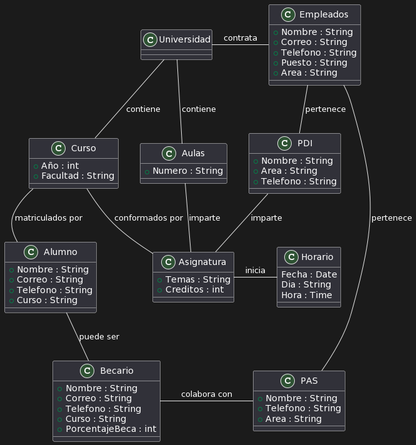
Before: entregas/RecinosJose/ModeloDelDominioJoseRecinos.png, a diagram exported from PlantUML (mmasias/23-24-idsw1). Source of this version:
```plantuml
@startuml
class Universidad{}

class PDI{
+ Nombre : String
+ Area : String
+ Telefono : String

}
class PAS{
+Nombre : String
+Telefono : String
+Area : String
}
class Curso{
+Año : int
+Facultad : String
}
class Asignatura{
+Temas : String
+Creditos : int
}
class Alumno{
+Nombre : String
+Correo : String
+Telefono : String
+Curso : String
}
class Aulas{
+Numero : String
}
class Empleados{
+Nombre : String
+Correo : String
+Telefono : String
+Puesto : String
+Area : String
}
class Becario{
+Nombre : String
+Correo : String
+Telefono : String
+Curso : String
+PorcentajeBeca : int
}
class Horario{
Fecha : Date
Dia : String
Hora : Time
}

Universidad-Empleados : contrata
Empleados--PAS : pertenece
Empleados--PDI : pertenece
Universidad--Curso : contiene
Universidad--Aulas : contiene
Aulas--Asignatura : imparte
PDI--Asignatura : imparte
Curso--Asignatura : conformados por
Asignatura-Horario:inicia
Curso-- Alumno : matriculados por
Alumno -- Becario : puede ser
Becario - PAS: colabora con
@enduml
```
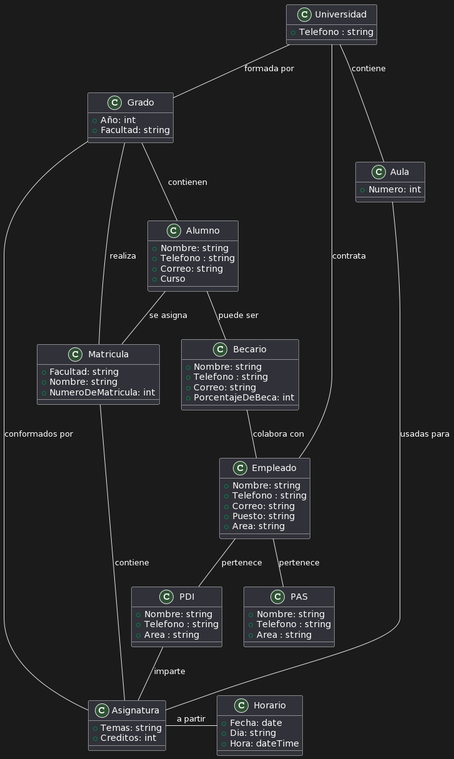
Above is the later version.

Commit message:
[fix]modelo del dominio

What changed in the source:
```diff
@@ -1,64 +1,71 @@
 @startuml
-class Universidad{}
-
+class Universidad{
++ Telefono : string
+}
 class PDI{
-+ Nombre : String
-+ Area : String
-+ Telefono : String
-
++ Nombre: string
++ Telefono : string
++ Area : string
 }
 class PAS{
-+Nombre : String
-+Telefono : String
-+Area : String
++ Nombre: string
++ Telefono : string
++ Area : string
 }
-class Curso{
-+Año : int
-+Facultad : String
+class Grado{
++ Año: int
++ Facultad: string
+}
+class Matricula{
++ Facultad: string
++ Nombre: string
++ NumeroDeMatricula: int
+}
+class Alumno{
++ Nombre: string
++ Telefono : string
++ Correo: string
++ Curso
+}
+class Empleado{
++ Nombre: string
++ Telefono : string
++ Correo: string
++ Puesto: string
++ Area: string
+}
+class Becario{
++ Nombre: string
++ Telefono : string
++ Correo: string
++ PorcentajeDeBeca: int
+}
+class Aula{
++ Numero: int
 }
 class Asignatura{
-+Temas : String
-+Creditos : int
-}
-class Alumno{
-+Nombre : String
-+Correo : String
-+Telefono : String
-+Curso : String
-}
-class Aulas{
-+Numero : String
-}
-class Empleados{
-+Nombre : String
-+Correo : String
-+Telefono : String
-+Puesto : String
-+Area : String
-}
-class Becario{
-+Nombre : String
-+Correo : String
-+Telefono : String
-+Curso : String
-+PorcentajeBeca : int
++ Temas: string
++ Creditos: int
 }
 class Horario{
-Fecha : Date
-Dia : String
-Hora : Time
++ Fecha: date
++ Dia: string
++ Hora: dateTime
 }
 
-Universidad-Empleados : contrata
-Empleados--PAS : pertenece
-Empleados--PDI : pertenece
-Universidad--Curso : contiene
-Universidad--Aulas : contiene
-Aulas--Asignatura : imparte
+Universidad--Grado: formada por
+Universidad--Aula: contiene
+Universidad--Empleado : contrata
+Aula--Asignatura : usadas para
+Grado--Alumno: contienen
+Alumno--Becario: puede ser
+Alumno--Matricula: se asigna
+Becario--Empleado: colabora con
+Empleado--PAS : pertenece
+Empleado--PDI : pertenece
 PDI--Asignatura : imparte
-Curso--Asignatura : conformados por
-Asignatura-Horario:inicia
-Curso-- Alumno : matriculados por
-Alumno -- Becario : puede ser
-Becario - PAS: colabora con
+Grado--Asignatura: conformados por
+Grado--Matricula: realiza
+Matricula--Asignatura: contiene
+Asignatura-Horario: a partir
 @enduml
```
